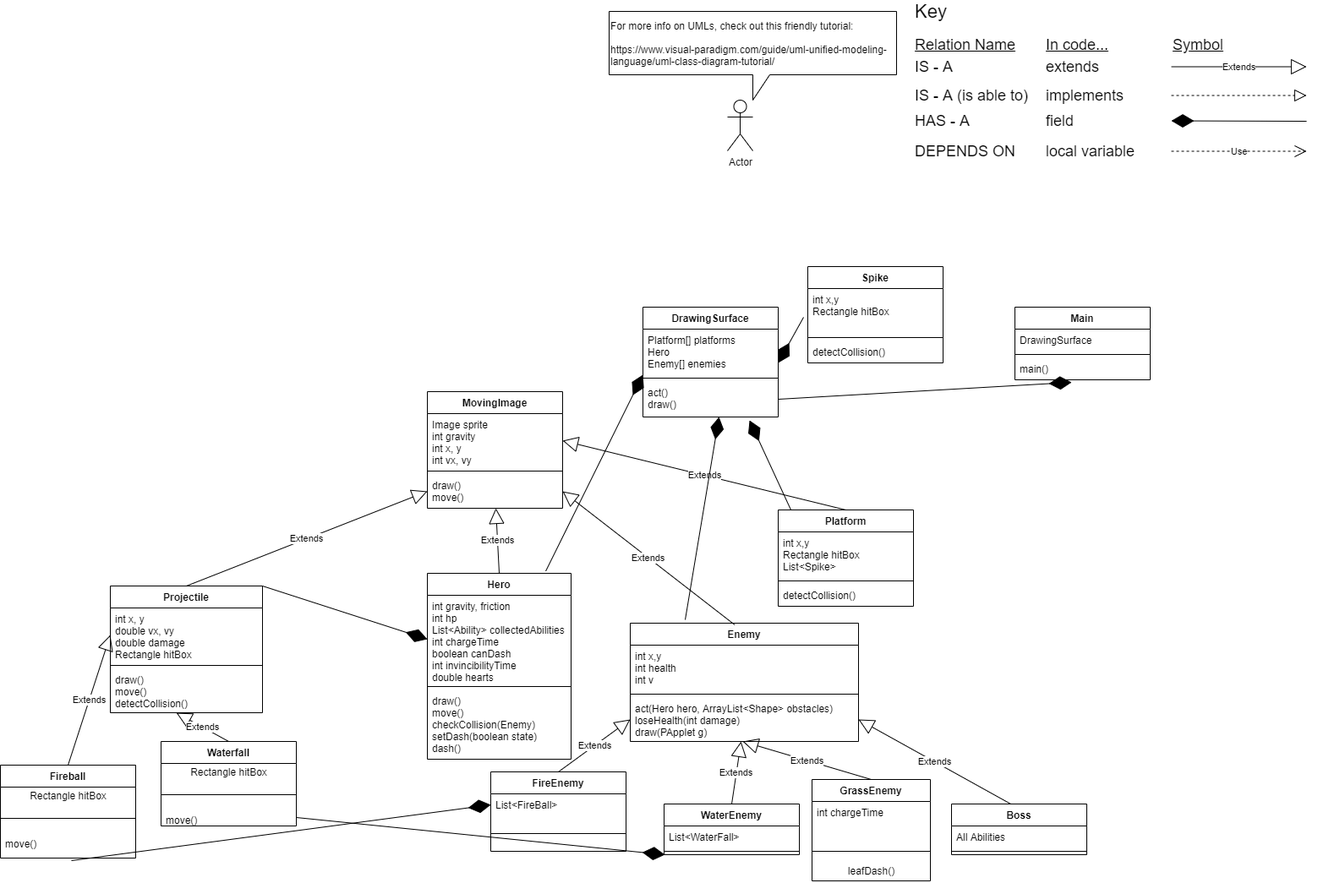
This is doc/Cykura UML.png from HHSAPCompSci2020/capstone-project-cykura, a draw.io export, as it was before one commit. Source tidied: cells renumbered, new cells last; positions are measured from the earlier drawing's top-left corner, leaving out a move shared by most shapes.
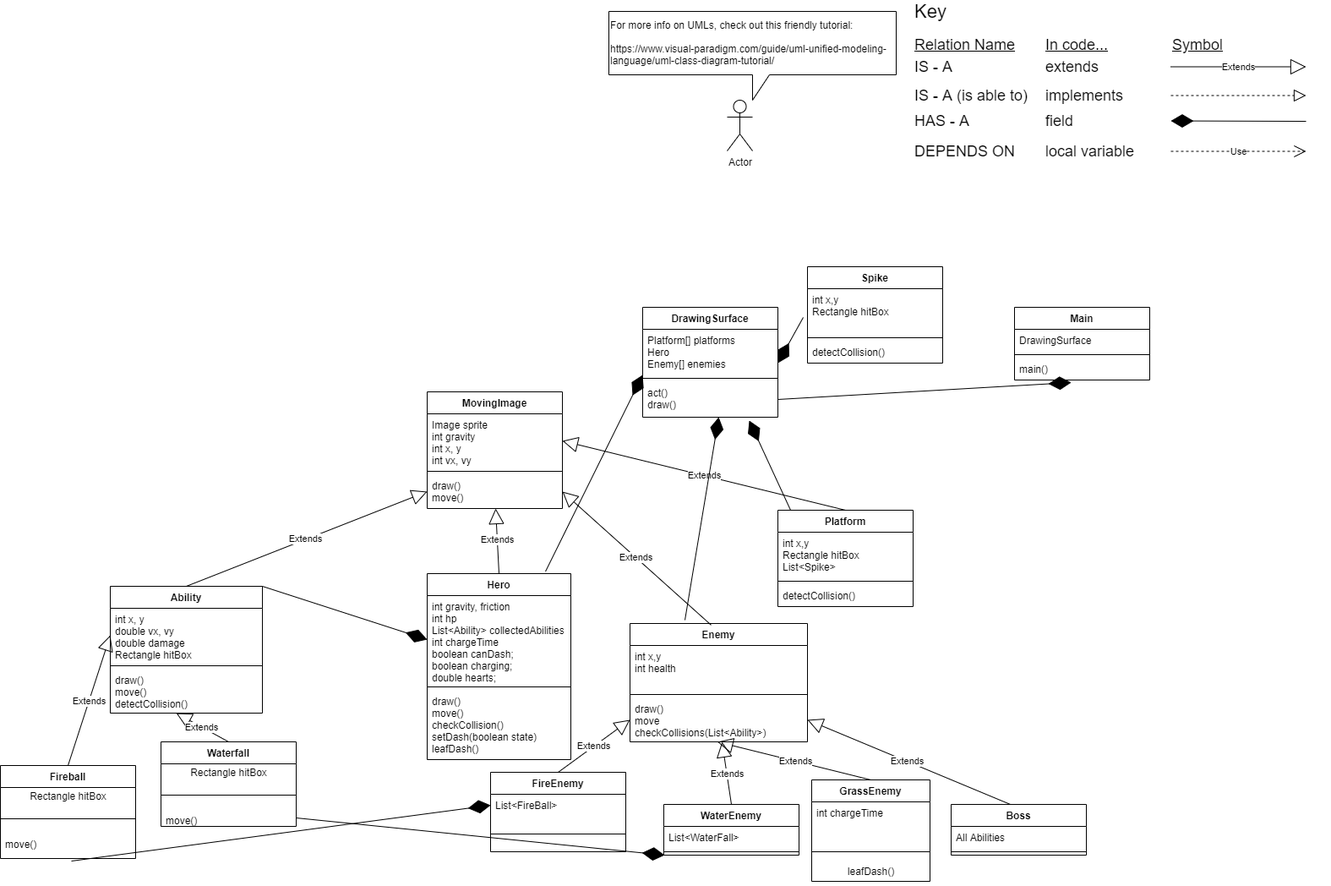
The same file after the commit.

The edit, as a diff of the source:
```diff
@@ -2,7 +2,7 @@
   <root>
     <mxCell id="0" />
     <mxCell id="1" parent="0" />
-    <mxCell id="2" value="Projectile" style="swimlane;fontStyle=1;align=center;verticalAlign=top;horizontal=1;startSize=26;" parent="1" vertex="1">
+    <mxCell id="2" value="Ability" style="swimlane;fontStyle=1;align=center;verticalAlign=top;horizontal=1;startSize=26;" parent="1" vertex="1">
       <mxGeometry x="130" y="690" width="180" height="150" as="geometry" />
     </mxCell>
     <mxCell id="3" value="int x, y&#10;double vx, vy&#10;double damage&#10;Rectangle hitBox" style="text;strokeColor=none;fillColor=none;align=left;verticalAlign=top;spacingLeft=4;spacingRight=4;overflow=hidden;points=[[0,0.5],[1,0.5]];portConstraint=eastwest;" parent="2" vertex="1">
@@ -21,16 +21,16 @@
       <mxGeometry x="720" y="10" width="340" height="105" as="geometry" />
     </mxCell>
     <mxCell id="8" value="Enemy" style="swimlane;fontStyle=1;align=center;verticalAlign=top;horizontal=1;startSize=26;" parent="1" vertex="1">
-      <mxGeometry x="745" y="734" width="270" height="140" as="geometry" />
+      <mxGeometry x="745" y="734" width="210" height="140" as="geometry" />
     </mxCell>
-    <mxCell id="9" value="int x,y&#10;int health&#10;int v" style="text;strokeColor=none;fillColor=none;align=left;verticalAlign=top;spacingLeft=4;spacingRight=4;overflow=hidden;" parent="8" vertex="1">
-      <mxGeometry y="26" width="270" height="54" as="geometry" />
+    <mxCell id="9" value="int x,y&#10;int health&#10;" style="text;strokeColor=none;fillColor=none;align=left;verticalAlign=top;spacingLeft=4;spacingRight=4;overflow=hidden;" parent="8" vertex="1">
+      <mxGeometry y="26" width="210" height="54" as="geometry" />
     </mxCell>
     <mxCell id="10" style="line;strokeWidth=1;fillColor=none;align=left;verticalAlign=middle;spacingTop=-1;spacingLeft=3;spacingRight=3;labelPosition=right;" parent="8" vertex="1">
-      <mxGeometry y="80" width="270" height="8" as="geometry" />
+      <mxGeometry y="80" width="210" height="8" as="geometry" />
     </mxCell>
-    <mxCell id="11" value="act(Hero hero, ArrayList&lt;Shape&gt; obstacles) &#10;loseHealth(int damage)&#10;draw(PApplet g)" style="text;strokeColor=none;fillColor=none;align=left;verticalAlign=top;spacingLeft=4;spacingRight=4;overflow=hidden;points=[[0,0.5],[1,0.5]];portConstraint=eastwest;" parent="8" vertex="1">
-      <mxGeometry y="88" width="270" height="52" as="geometry" />
+    <mxCell id="11" value="draw()&#10;move&#10;checkCollisions(List&lt;Ability&gt;)" style="text;strokeColor=none;fillColor=none;align=left;verticalAlign=top;spacingLeft=4;spacingRight=4;overflow=hidden;points=[[0,0.5],[1,0.5]];portConstraint=eastwest;" parent="8" vertex="1">
+      <mxGeometry y="88" width="210" height="52" as="geometry" />
     </mxCell>
     <mxCell id="12" value="&lt;font style=&quot;font-size: 22px&quot;&gt;Key&lt;/font&gt;" style="text;html=1;align=left;verticalAlign=middle;strokeColor=none;" parent="1" vertex="1">
       <mxGeometry x="1080" width="50" height="20" as="geometry" />
@@ -95,13 +95,13 @@
     <mxCell id="28" value="Hero" style="swimlane;fontStyle=1;align=center;verticalAlign=top;horizontal=1;startSize=26;" parent="1" vertex="1">
       <mxGeometry x="505" y="675" width="170" height="220" as="geometry" />
     </mxCell>
-    <mxCell id="29" value="int gravity, friction&#10;int hp&#10;List&lt;Ability&gt; collectedAbilities&#10;int chargeTime&#10;boolean canDash&#10;int invincibilityTime&#10;double hearts" style="text;strokeColor=none;fillColor=none;align=left;verticalAlign=top;spacingLeft=4;spacingRight=4;overflow=hidden;points=[[0,0.5],[1,0.5]];portConstraint=eastwest;" parent="28" vertex="1">
+    <mxCell id="29" value="int gravity, friction&#10;int hp&#10;List&lt;Ability&gt; collectedAbilities&#10;int chargeTime&#10;boolean canDash;&#10;boolean charging;&#10;double hearts;" style="text;strokeColor=none;fillColor=none;align=left;verticalAlign=top;spacingLeft=4;spacingRight=4;overflow=hidden;points=[[0,0.5],[1,0.5]];portConstraint=eastwest;" parent="28" vertex="1">
       <mxGeometry y="26" width="170" height="104" as="geometry" />
     </mxCell>
     <mxCell id="30" style="line;strokeWidth=1;fillColor=none;align=left;verticalAlign=middle;spacingTop=-1;spacingLeft=3;spacingRight=3;labelPosition=right;" parent="28" vertex="1">
       <mxGeometry y="130" width="170" height="8" as="geometry" />
     </mxCell>
-    <mxCell id="31" value="draw()&#10;move()&#10;checkCollision(Enemy)&#10;setDash(boolean state)&#10;dash()" style="text;strokeColor=none;fillColor=none;align=left;verticalAlign=top;spacingLeft=4;spacingRight=4;overflow=hidden;" parent="28" vertex="1">
+    <mxCell id="31" value="draw()&#10;move()&#10;checkCollision()&#10;setDash(boolean state)&#10;leafDash()" style="text;strokeColor=none;fillColor=none;align=left;verticalAlign=top;spacingLeft=4;spacingRight=4;overflow=hidden;" parent="28" vertex="1">
       <mxGeometry y="138" width="170" height="82" as="geometry" />
     </mxCell>
     <mxCell id="32" value="DrawingSurface" style="swimlane;fontStyle=1;align=center;verticalAlign=top;horizontal=1;startSize=26;" parent="1" vertex="1">
```
